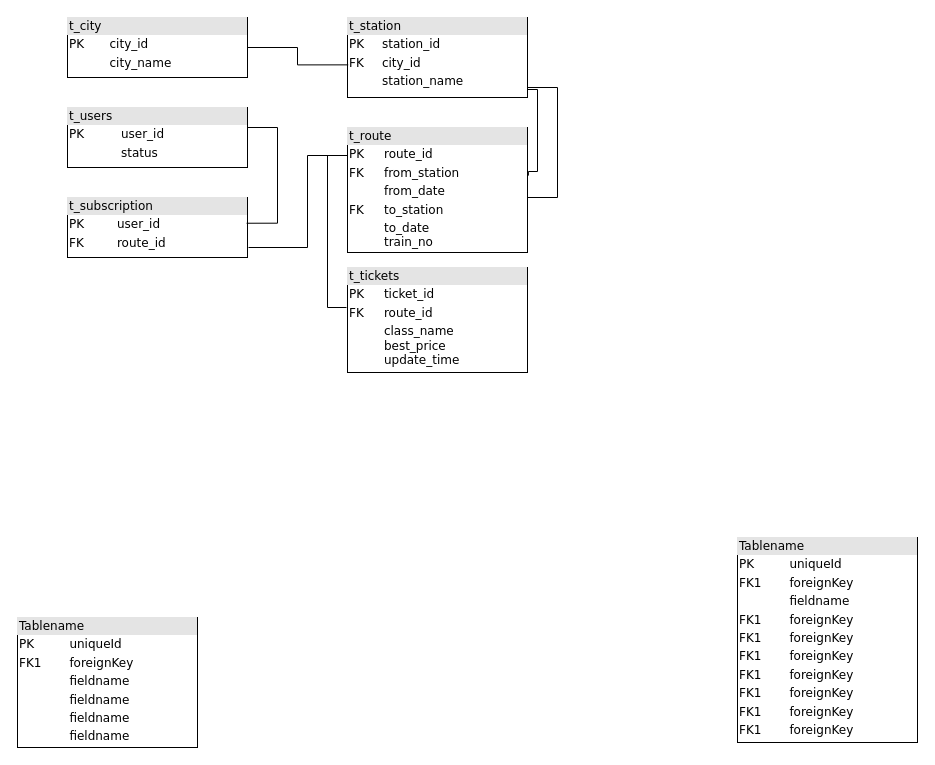
EdOoO21/the-best-project-ever keeps this draw.io diagram as docs/trains_db_scheme_AAAAAAAAAAAAAAAAAAAAAAAA.drawio. Above is the earlier version. Source tidied: cells renumbered, new cells numbered last; positions are measured from the earlier drawing's top-left corner, leaving out a move shared by most shapes. Both pictures are drawn from the tidied source at 100%, with x=0, y=0 at pixel (17, 17).
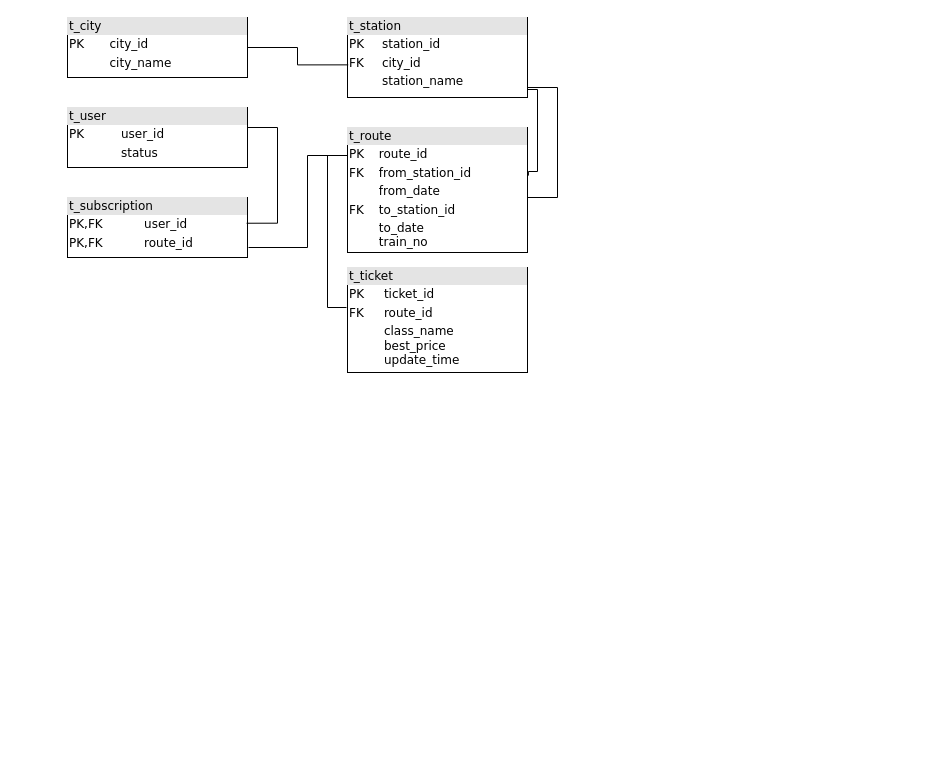
Above is the later version.

Commit message (it also covers changes not shown here):
added db models & updated db scheme & change project structure

Change to the diagram source:
```diff
@@
-    <mxCell id="4" value="&lt;div style=&quot;box-sizing:border-box;width:100%;background:#e4e4e4;padding:2px;&quot;&gt;t_tickets&lt;/div&gt;&lt;table style=&quot;width:100%;font-size:1em;&quot; cellpadding=&quot;2&quot; cellspacing=&quot;0&quot;&gt;&lt;tbody&gt;&lt;tr&gt;&lt;td&gt;PK&lt;/td&gt;&lt;td&gt;ticket_id&lt;/td&gt;&lt;/tr&gt;&lt;tr&gt;&lt;td&gt;FK&lt;/td&gt;&lt;td&gt;route_id&lt;br&gt;&lt;/td&gt;&lt;/tr&gt;&lt;tr&gt;&lt;td&gt;&lt;br&gt;&lt;/td&gt;&lt;td&gt;class_name&lt;br&gt;best_price&lt;br&gt;update_time&lt;br&gt;&lt;/td&gt;&lt;/tr&gt;&lt;/tbody&gt;&lt;/table&gt;" style="verticalAlign=top;align=left;overflow=fill;html=1;rounded=0;shadow=0;comic=0;labelBackgroundColor=none;strokeWidth=1;fontFamily=Verdana;fontSize=12;" parent="1" vertex="1">
+    <mxCell id="4" value="&lt;div style=&quot;box-sizing:border-box;width:100%;background:#e4e4e4;padding:2px;&quot;&gt;t_ticket&lt;/div&gt;&lt;table style=&quot;width:100%;font-size:1em;&quot; cellpadding=&quot;2&quot; cellspacing=&quot;0&quot;&gt;&lt;tbody&gt;&lt;tr&gt;&lt;td&gt;PK&lt;/td&gt;&lt;td&gt;ticket_id&lt;/td&gt;&lt;/tr&gt;&lt;tr&gt;&lt;td&gt;FK&lt;/td&gt;&lt;td&gt;route_id&lt;br&gt;&lt;/td&gt;&lt;/tr&gt;&lt;tr&gt;&lt;td&gt;&lt;br&gt;&lt;/td&gt;&lt;td&gt;class_name&lt;br&gt;best_price&lt;br&gt;update_time&lt;br&gt;&lt;/td&gt;&lt;/tr&gt;&lt;/tbody&gt;&lt;/table&gt;" style="verticalAlign=top;align=left;overflow=fill;html=1;rounded=0;shadow=0;comic=0;labelBackgroundColor=none;strokeWidth=1;fontFamily=Verdana;fontSize=12;" parent="1" vertex="1">
       <mxGeometry x="330" y="250" width="180" height="105" as="geometry" />
     </mxCell>
-    <mxCell id="5" value="&lt;div style=&quot;box-sizing: border-box ; width: 100% ; background: #e4e4e4 ; padding: 2px&quot;&gt;Tablename&lt;/div&gt;&lt;table style=&quot;width: 100% ; font-size: 1em&quot; cellpadding=&quot;2&quot; cellspacing=&quot;0&quot;&gt;&lt;tbody&gt;&lt;tr&gt;&lt;td&gt;PK&lt;/td&gt;&lt;td&gt;uniqueId&lt;/td&gt;&lt;/tr&gt;&lt;tr&gt;&lt;td&gt;FK1&lt;/td&gt;&lt;td&gt;foreignKey&lt;/td&gt;&lt;/tr&gt;&lt;tr&gt;&lt;td&gt;&lt;/td&gt;&lt;td&gt;fieldname&lt;/td&gt;&lt;/tr&gt;&lt;tr&gt;&lt;td&gt;FK1&lt;br&gt;&lt;/td&gt;&lt;td&gt;foreignKey&lt;br&gt;&lt;/td&gt;&lt;/tr&gt;&lt;tr&gt;&lt;td&gt;FK1&lt;br&gt;&lt;/td&gt;&lt;td&gt;foreignKey&lt;br&gt;&lt;/td&gt;&lt;/tr&gt;&lt;tr&gt;&lt;td&gt;FK1&lt;br&gt;&lt;/td&gt;&lt;td&gt;foreignKey&lt;br&gt;&lt;/td&gt;&lt;/tr&gt;&lt;tr&gt;&lt;td&gt;FK1&lt;br&gt;&lt;/td&gt;&lt;td&gt;foreignKey&lt;br&gt;&lt;/td&gt;&lt;/tr&gt;&lt;tr&gt;&lt;td&gt;FK1&lt;br&gt;&lt;/td&gt;&lt;td&gt;foreignKey&lt;br&gt;&lt;/td&gt;&lt;/tr&gt;&lt;tr&gt;&lt;td&gt;FK1&lt;br&gt;&lt;/td&gt;&lt;td&gt;foreignKey&lt;br&gt;&lt;/td&gt;&lt;/tr&gt;&lt;tr&gt;&lt;td&gt;FK1&lt;br&gt;&lt;/td&gt;&lt;td&gt;foreignKey&lt;br&gt;&lt;/td&gt;&lt;/tr&gt;&lt;/tbody&gt;&lt;/table&gt;" style="verticalAlign=top;align=left;overflow=fill;html=1;rounded=0;shadow=0;comic=0;labelBackgroundColor=none;strokeWidth=1;fontFamily=Verdana;fontSize=12;" parent="1" vertex="1">
-      <mxGeometry x="720" y="520" width="180" height="205" as="geometry" />
-    </mxCell>
-    <mxCell id="6" value="&lt;div style=&quot;box-sizing: border-box ; width: 100% ; background: #e4e4e4 ; padding: 2px&quot;&gt;t_route&lt;/div&gt;&lt;table style=&quot;width: 100% ; font-size: 1em&quot; cellpadding=&quot;2&quot; cellspacing=&quot;0&quot;&gt;&lt;tbody&gt;&lt;tr&gt;&lt;td&gt;PK&lt;/td&gt;&lt;td&gt;route_id&lt;/td&gt;&lt;/tr&gt;&lt;tr&gt;&lt;td&gt;FK&lt;/td&gt;&lt;td&gt;from_station&lt;/td&gt;&lt;/tr&gt;&lt;tr&gt;&lt;td&gt;&lt;/td&gt;&lt;td&gt;from_date&lt;/td&gt;&lt;/tr&gt;&lt;tr&gt;&lt;td&gt;FK&lt;/td&gt;&lt;td&gt;to_station&lt;/td&gt;&lt;/tr&gt;&lt;tr&gt;&lt;td&gt;&lt;br&gt;&lt;/td&gt;&lt;td&gt;to_date&lt;br&gt;train_no&lt;/td&gt;&lt;/tr&gt;&lt;/tbody&gt;&lt;/table&gt;" style="verticalAlign=top;align=left;overflow=fill;html=1;rounded=0;shadow=0;comic=0;labelBackgroundColor=none;strokeWidth=1;fontFamily=Verdana;fontSize=12;" parent="1" vertex="1">
+    <mxCell id="6" value="&lt;div style=&quot;box-sizing: border-box ; width: 100% ; background: #e4e4e4 ; padding: 2px&quot;&gt;t_route&lt;/div&gt;&lt;table style=&quot;width: 100% ; font-size: 1em&quot; cellpadding=&quot;2&quot; cellspacing=&quot;0&quot;&gt;&lt;tbody&gt;&lt;tr&gt;&lt;td&gt;PK&lt;/td&gt;&lt;td&gt;route_id&lt;/td&gt;&lt;/tr&gt;&lt;tr&gt;&lt;td&gt;FK&lt;/td&gt;&lt;td&gt;from_station_id&lt;/td&gt;&lt;/tr&gt;&lt;tr&gt;&lt;td&gt;&lt;/td&gt;&lt;td&gt;from_date&lt;/td&gt;&lt;/tr&gt;&lt;tr&gt;&lt;td&gt;FK&lt;/td&gt;&lt;td&gt;to_station_id&lt;/td&gt;&lt;/tr&gt;&lt;tr&gt;&lt;td&gt;&lt;br&gt;&lt;/td&gt;&lt;td&gt;to_date&lt;br&gt;train_no&lt;/td&gt;&lt;/tr&gt;&lt;/tbody&gt;&lt;/table&gt;" style="verticalAlign=top;align=left;overflow=fill;html=1;rounded=0;shadow=0;comic=0;labelBackgroundColor=none;strokeWidth=1;fontFamily=Verdana;fontSize=12;" parent="1" vertex="1">
       <mxGeometry x="330" y="110" width="180" height="125" as="geometry" />
     </mxCell>
-    <mxCell id="7" value="&lt;div style=&quot;box-sizing:border-box;width:100%;background:#e4e4e4;padding:2px;&quot;&gt;t_users&lt;/div&gt;&lt;table style=&quot;width:100%;font-size:1em;&quot; cellpadding=&quot;2&quot; cellspacing=&quot;0&quot;&gt;&lt;tbody&gt;&lt;tr&gt;&lt;td&gt;PK&lt;/td&gt;&lt;td&gt;user_id&lt;br&gt;&lt;/td&gt;&lt;/tr&gt;&lt;tr&gt;&lt;td&gt;&lt;br&gt;&lt;/td&gt;&lt;td&gt;status&lt;/td&gt;&lt;/tr&gt;&lt;tr&gt;&lt;td&gt;&lt;/td&gt;&lt;td&gt;&lt;br&gt;&lt;/td&gt;&lt;/tr&gt;&lt;/tbody&gt;&lt;/table&gt;" style="verticalAlign=top;align=left;overflow=fill;html=1;rounded=0;shadow=0;comic=0;labelBackgroundColor=none;strokeWidth=1;fontFamily=Verdana;fontSize=12;" parent="1" vertex="1">
+    <mxCell id="7" value="&lt;div style=&quot;box-sizing:border-box;width:100%;background:#e4e4e4;padding:2px;&quot;&gt;t_user&lt;/div&gt;&lt;table style=&quot;width:100%;font-size:1em;&quot; cellpadding=&quot;2&quot; cellspacing=&quot;0&quot;&gt;&lt;tbody&gt;&lt;tr&gt;&lt;td&gt;PK&lt;/td&gt;&lt;td&gt;user_id&lt;br&gt;&lt;/td&gt;&lt;/tr&gt;&lt;tr&gt;&lt;td&gt;&lt;br&gt;&lt;/td&gt;&lt;td&gt;status&lt;/td&gt;&lt;/tr&gt;&lt;tr&gt;&lt;td&gt;&lt;/td&gt;&lt;td&gt;&lt;br&gt;&lt;/td&gt;&lt;/tr&gt;&lt;/tbody&gt;&lt;/table&gt;" style="verticalAlign=top;align=left;overflow=fill;html=1;rounded=0;shadow=0;comic=0;labelBackgroundColor=none;strokeWidth=1;fontFamily=Verdana;fontSize=12;" parent="1" vertex="1">
       <mxGeometry x="50" y="90" width="180" height="60" as="geometry" />
     </mxCell>
-    <mxCell id="8" value="&lt;div style=&quot;box-sizing: border-box ; width: 100% ; background: #e4e4e4 ; padding: 2px&quot;&gt;t_subscription&lt;/div&gt;&lt;table style=&quot;width: 100% ; font-size: 1em&quot; cellpadding=&quot;2&quot; cellspacing=&quot;0&quot;&gt;&lt;tbody&gt;&lt;tr&gt;&lt;td&gt;PK&lt;/td&gt;&lt;td&gt;user_id&lt;/td&gt;&lt;/tr&gt;&lt;tr&gt;&lt;td&gt;FK&lt;/td&gt;&lt;td&gt;route_id&lt;/td&gt;&lt;/tr&gt;&lt;tr&gt;&lt;td&gt;&lt;/td&gt;&lt;td&gt;&lt;/td&gt;&lt;/tr&gt;&lt;tr&gt;&lt;td&gt;&lt;/td&gt;&lt;td&gt;&lt;br&gt;&lt;/td&gt;&lt;/tr&gt;&lt;/tbody&gt;&lt;/table&gt;" style="verticalAlign=top;align=left;overflow=fill;html=1;rounded=0;shadow=0;comic=0;labelBackgroundColor=none;strokeWidth=1;fontFamily=Verdana;fontSize=12;" parent="1" vertex="1">
+    <mxCell id="8" value="&lt;div style=&quot;box-sizing: border-box ; width: 100% ; background: #e4e4e4 ; padding: 2px&quot;&gt;t_subscription&lt;/div&gt;&lt;table style=&quot;width: 100% ; font-size: 1em&quot; cellpadding=&quot;2&quot; cellspacing=&quot;0&quot;&gt;&lt;tbody&gt;&lt;tr&gt;&lt;td&gt;PK,FK&lt;/td&gt;&lt;td&gt;user_id&lt;/td&gt;&lt;/tr&gt;&lt;tr&gt;&lt;td&gt;PK,FK&lt;/td&gt;&lt;td&gt;route_id&lt;/td&gt;&lt;/tr&gt;&lt;tr&gt;&lt;td&gt;&lt;/td&gt;&lt;td&gt;&lt;/td&gt;&lt;/tr&gt;&lt;tr&gt;&lt;td&gt;&lt;/td&gt;&lt;td&gt;&lt;br&gt;&lt;/td&gt;&lt;/tr&gt;&lt;/tbody&gt;&lt;/table&gt;" style="verticalAlign=top;align=left;overflow=fill;html=1;rounded=0;shadow=0;comic=0;labelBackgroundColor=none;strokeWidth=1;fontFamily=Verdana;fontSize=12;" parent="1" vertex="1">
       <mxGeometry x="50" y="180" width="180" height="60" as="geometry" />
     </mxCell>
-    <mxCell id="9" value="&lt;div style=&quot;box-sizing: border-box ; width: 100% ; background: #e4e4e4 ; padding: 2px&quot;&gt;Tablename&lt;/div&gt;&lt;table style=&quot;width: 100% ; font-size: 1em&quot; cellpadding=&quot;2&quot; cellspacing=&quot;0&quot;&gt;&lt;tbody&gt;&lt;tr&gt;&lt;td&gt;PK&lt;/td&gt;&lt;td&gt;uniqueId&lt;/td&gt;&lt;/tr&gt;&lt;tr&gt;&lt;td&gt;FK1&lt;/td&gt;&lt;td&gt;foreignKey&lt;/td&gt;&lt;/tr&gt;&lt;tr&gt;&lt;td&gt;&lt;/td&gt;&lt;td&gt;fieldname&lt;/td&gt;&lt;/tr&gt;&lt;tr&gt;&lt;td&gt;&lt;br&gt;&lt;/td&gt;&lt;td&gt;fieldname&lt;br&gt;&lt;/td&gt;&lt;/tr&gt;&lt;tr&gt;&lt;td&gt;&lt;br&gt;&lt;/td&gt;&lt;td&gt;fieldname&lt;br&gt;&lt;/td&gt;&lt;/tr&gt;&lt;tr&gt;&lt;td&gt;&lt;br&gt;&lt;/td&gt;&lt;td&gt;fieldname&lt;br&gt;&lt;/td&gt;&lt;/tr&gt;&lt;/tbody&gt;&lt;/table&gt;" style="verticalAlign=top;align=left;overflow=fill;html=1;rounded=0;shadow=0;comic=0;labelBackgroundColor=none;strokeWidth=1;fontFamily=Verdana;fontSize=12;" parent="1" vertex="1">
-      <mxGeometry y="600" width="180" height="130" as="geometry" />
-    </mxCell>
```
